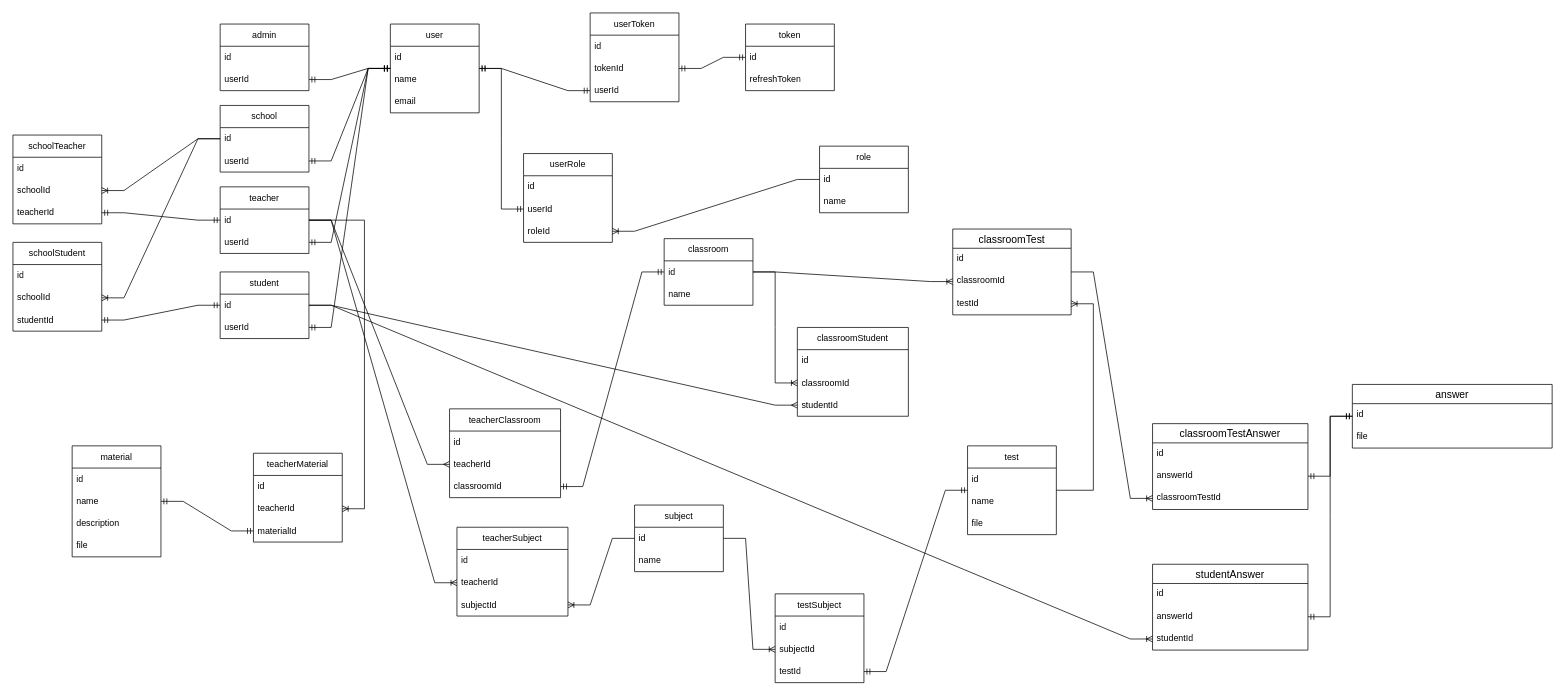
Earlier version of the draw.io diagram .diagrams/db.drawio (weekkkk/school). Source tidied: cells renumbered, new cells numbered last; positions are measured from the earlier drawing's top-left corner, leaving out a move shared by most shapes. Both pictures are drawn from the tidied source at 74%, with x=0, y=0 at pixel (13, 13).
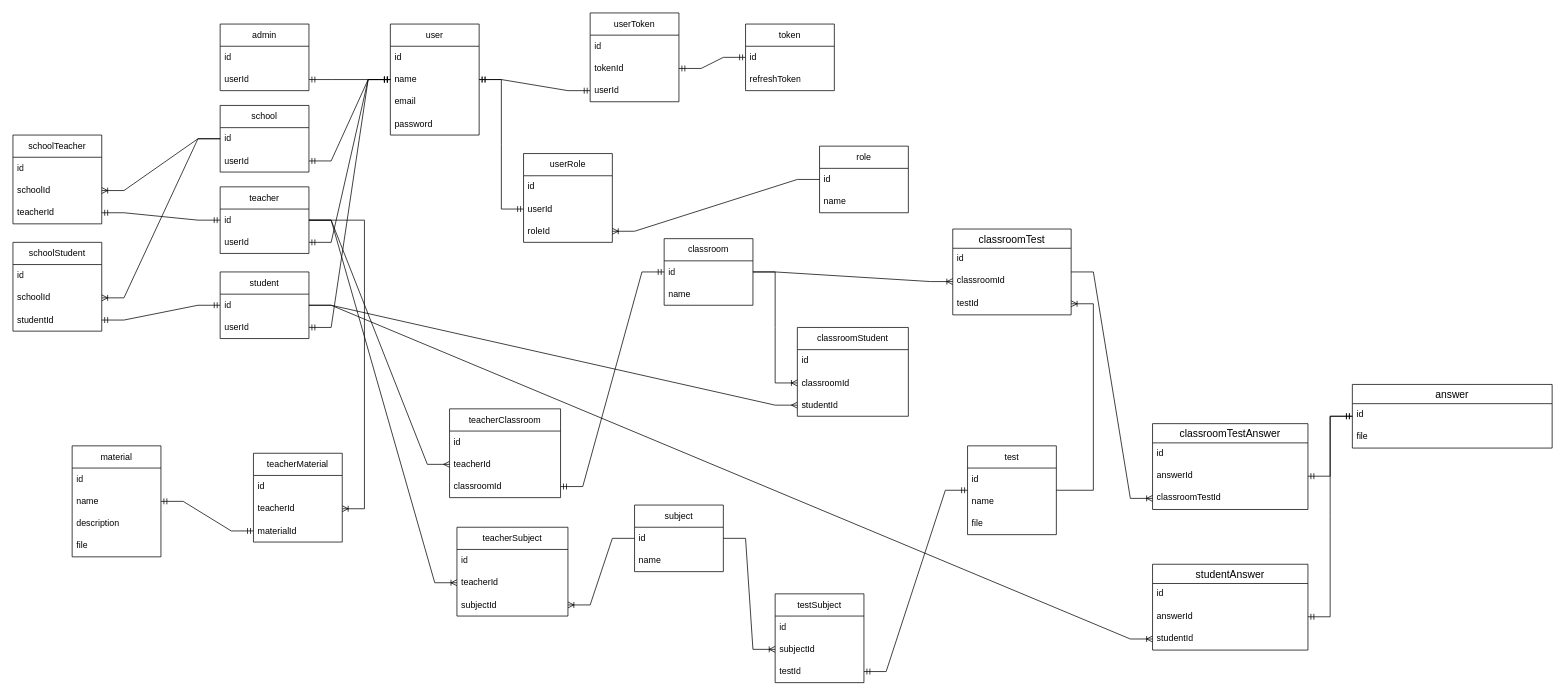
After the change.

What changed in the source:
```diff
@@
     <mxCell id="2" value="user" style="swimlane;fontStyle=0;horizontal=1;startSize=30;whiteSpace=wrap;html=1;" parent="1" vertex="1">
-      <mxGeometry x="510" y="15" width="120" height="120" as="geometry" />
+      <mxGeometry x="510" y="15" width="120" height="150" as="geometry" />
     </mxCell>
@@
+    <mxCell id="118" value="password" style="text;strokeColor=none;fillColor=none;align=left;verticalAlign=middle;spacingLeft=4;spacingRight=4;overflow=hidden;whiteSpace=wrap;html=1;" parent="2" vertex="1">
+      <mxGeometry y="120" width="120" height="30" as="geometry" />
+    </mxCell>
```
